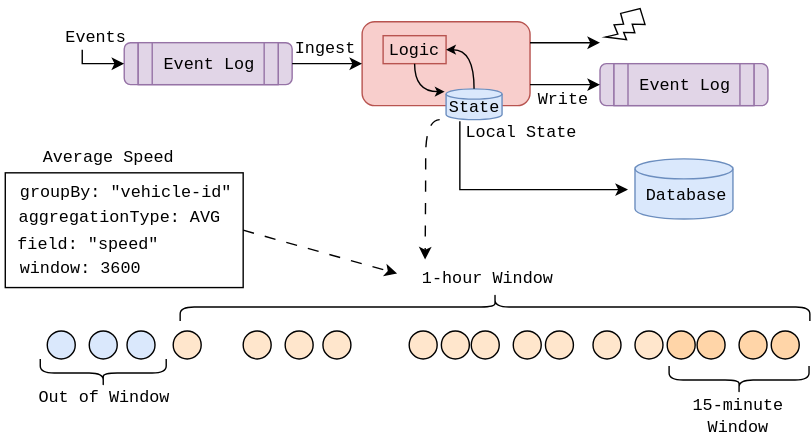
The draw.io diagram assets/notes/with-terminal-stateful.svg in addu390/addu390.github.io, before a commit. Source tidied: cells renumbered, new cells last; positions are measured from the earlier drawing's top-left corner, leaving out a move shared by most shapes. Its diagram source:
```xml
<mxGraphModel>
  <root>
    <mxCell id="0" />
    <mxCell id="1" parent="0" />
    <mxCell id="2" style="rounded=0;whiteSpace=wrap;html=1;fillColor=none;fontSize=12;" parent="1" vertex="1">
      <mxGeometry x="3" y="129" width="170" height="82" as="geometry" />
    </mxCell>
    <mxCell id="3" style="rounded=1;whiteSpace=wrap;html=1;fillColor=#f8cecc;strokeColor=#b85450;" parent="1" vertex="1">
      <mxGeometry x="258" y="21" width="120" height="60" as="geometry" />
    </mxCell>
    <mxCell id="4" style="shape=process;whiteSpace=wrap;html=1;backgroundOutline=1;size=0.08333333333333333;fillColor=#e1d5e7;strokeColor=#9673a6;rounded=1;" parent="1" vertex="1">
      <mxGeometry x="88" y="36" width="120" height="30" as="geometry" />
    </mxCell>
    <mxCell id="5" value="&lt;span style=&quot;font-family: monospace, monospace;&quot;&gt;Event Log&lt;/span&gt;" style="shape=process;whiteSpace=wrap;html=1;backgroundOutline=1;size=0.1;fillColor=#e1d5e7;strokeColor=#9673a6;" parent="1" vertex="1">
      <mxGeometry x="98" y="36" width="100" height="30" as="geometry" />
    </mxCell>
    <mxCell id="6" style="shape=process;whiteSpace=wrap;html=1;backgroundOutline=1;size=0.08333333333333333;fillColor=#e1d5e7;strokeColor=#9673a6;rounded=1;" parent="1" vertex="1">
      <mxGeometry x="428" y="51" width="120" height="30" as="geometry" />
    </mxCell>
    <mxCell id="7" value="&lt;font face=&quot;monospace, monospace&quot;&gt;Event Log&lt;/font&gt;" style="shape=process;whiteSpace=wrap;html=1;backgroundOutline=1;size=0.1;fillColor=#e1d5e7;strokeColor=#9673a6;" parent="1" vertex="1">
      <mxGeometry x="438" y="51" width="100" height="30" as="geometry" />
    </mxCell>
    <mxCell id="8" style="endArrow=classic;html=1;rounded=0;edgeStyle=elbowEdgeStyle;elbow=vertical;" parent="1" edge="1">
      <mxGeometry relative="1" as="geometry">
        <mxPoint x="58" y="41" as="sourcePoint" />
        <mxPoint x="88" y="51" as="targetPoint" />
        <Array as="points">
          <mxPoint x="78" y="51" />
        </Array>
      </mxGeometry>
    </mxCell>
    <mxCell id="9" value="&lt;font face=&quot;monospace, monospace&quot;&gt;Events&lt;/font&gt;" style="text;html=1;align=center;verticalAlign=middle;whiteSpace=wrap;rounded=0;" parent="1" vertex="1">
      <mxGeometry x="38" y="27" width="60" height="9" as="geometry" />
    </mxCell>
    <mxCell id="10" value="&lt;font face=&quot;monospace, monospace&quot;&gt;Ingest&lt;/font&gt;" style="text;html=1;align=center;verticalAlign=middle;whiteSpace=wrap;rounded=0;" parent="1" vertex="1">
      <mxGeometry x="202" y="25" width="60" height="30" as="geometry" />
    </mxCell>
    <mxCell id="11" style="endArrow=classic;html=1;rounded=0;exitX=1;exitY=0.5;exitDx=0;exitDy=0;entryX=0;entryY=0.5;entryDx=0;entryDy=0;" parent="1" edge="1" source="4" target="3">
      <mxGeometry relative="1" as="geometry" />
    </mxCell>
    <mxCell id="12" style="endArrow=classic;html=1;rounded=0;exitX=1;exitY=0.75;exitDx=0;exitDy=0;entryX=0;entryY=0.5;entryDx=0;entryDy=0;" parent="1" edge="1" source="3" target="6">
      <mxGeometry relative="1" as="geometry" />
    </mxCell>
    <mxCell id="13" value="&lt;font face=&quot;monospace, monospace&quot;&gt;Write&lt;/font&gt;" style="text;html=1;align=center;verticalAlign=middle;whiteSpace=wrap;rounded=0;" parent="1" vertex="1">
      <mxGeometry x="372" y="61" width="60" height="30" as="geometry" />
    </mxCell>
    <mxCell id="14" style="endArrow=classic;html=1;rounded=0;exitX=1;exitY=0.25;exitDx=0;exitDy=0;" parent="1" edge="1" source="3">
      <mxGeometry relative="1" as="geometry">
        <mxPoint x="428" y="36" as="targetPoint" />
      </mxGeometry>
    </mxCell>
    <mxCell id="15" style="verticalLabelPosition=bottom;verticalAlign=top;html=1;shape=mxgraph.basic.flash;rotation=30;" parent="1" vertex="1">
      <mxGeometry x="438" y="9" width="20" height="30" as="geometry" />
    </mxCell>
    <mxCell id="16" style="strokeWidth=1;html=1;shape=mxgraph.flowchart.database;whiteSpace=wrap;fillColor=#dae8fc;strokeColor=#6c8ebf;" parent="1" vertex="1">
      <mxGeometry x="318" y="69" width="40" height="22" as="geometry" />
    </mxCell>
    <mxCell id="17" value="&lt;font face=&quot;monospace, monospace&quot;&gt;State&lt;/font&gt;" style="text;html=1;align=center;verticalAlign=middle;whiteSpace=wrap;rounded=0;" parent="1" vertex="1">
      <mxGeometry x="313.8" y="76" width="48.5" height="13" as="geometry" />
    </mxCell>
    <mxCell id="18" style="endArrow=classic;html=1;rounded=0;exitX=0.246;exitY=1.052;exitDx=0;exitDy=0;exitPerimeter=0;edgeStyle=elbowEdgeStyle;elbow=vertical;" parent="1" edge="1" source="16">
      <mxGeometry relative="1" as="geometry">
        <mxPoint x="448" y="141" as="targetPoint" />
        <Array as="points">
          <mxPoint x="658" y="141" />
        </Array>
      </mxGeometry>
    </mxCell>
    <mxCell id="19" value="&lt;font face=&quot;monospace, monospace&quot;&gt;Logic&lt;/font&gt;" style="rounded=0;whiteSpace=wrap;html=1;fillColor=#f8cecc;strokeColor=#b85450;" parent="1" vertex="1">
      <mxGeometry x="273" y="31" width="45" height="20" as="geometry" />
    </mxCell>
    <mxCell id="20" style="endArrow=classic;html=1;rounded=0;exitX=0.5;exitY=0;exitDx=0;exitDy=0;exitPerimeter=0;entryX=1;entryY=0.5;entryDx=0;entryDy=0;edgeStyle=orthogonalEdgeStyle;curved=1;endSize=4;startSize=4;" parent="1" edge="1" source="16" target="19">
      <mxGeometry relative="1" as="geometry">
        <Array as="points">
          <mxPoint x="338" y="41" />
        </Array>
      </mxGeometry>
    </mxCell>
    <mxCell id="21" style="endArrow=classic;html=1;rounded=0;exitX=0.5;exitY=1;exitDx=0;exitDy=0;edgeStyle=orthogonalEdgeStyle;curved=1;startSize=4;endSize=4;" parent="1" edge="1" source="19">
      <mxGeometry relative="1" as="geometry">
        <mxPoint x="318" y="71" as="targetPoint" />
        <Array as="points">
          <mxPoint x="296" y="71" />
          <mxPoint x="317" y="71" />
        </Array>
      </mxGeometry>
    </mxCell>
    <mxCell id="22" value="&lt;font face=&quot;monospace, monospace&quot;&gt;Local State&lt;/font&gt;" style="text;html=1;align=center;verticalAlign=middle;whiteSpace=wrap;rounded=0;" parent="1" vertex="1">
      <mxGeometry x="322" y="85" width="100.2" height="30" as="geometry" />
    </mxCell>
    <mxCell id="23" style="ellipse;whiteSpace=wrap;html=1;fillColor=#dae8fc;strokeColor=#000000;" parent="1" vertex="1">
      <mxGeometry x="33" y="242" width="20" height="20" as="geometry" />
    </mxCell>
    <mxCell id="24" style="ellipse;whiteSpace=wrap;html=1;fillColor=#dae8fc;strokeColor=#000000;" parent="1" vertex="1">
      <mxGeometry x="63" y="242" width="20" height="20" as="geometry" />
    </mxCell>
    <mxCell id="25" style="ellipse;whiteSpace=wrap;html=1;fillColor=#dae8fc;strokeColor=#000000;" parent="1" vertex="1">
      <mxGeometry x="90" y="242" width="20" height="20" as="geometry" />
    </mxCell>
    <mxCell id="26" style="ellipse;whiteSpace=wrap;html=1;fillColor=#ffe6cc;strokeColor=#000000;" parent="1" vertex="1">
      <mxGeometry x="123" y="242" width="20" height="20" as="geometry" />
    </mxCell>
    <mxCell id="27" style="ellipse;whiteSpace=wrap;html=1;fillColor=#ffe6cc;strokeColor=#000000;" parent="1" vertex="1">
      <mxGeometry x="173" y="242" width="20" height="20" as="geometry" />
    </mxCell>
    <mxCell id="28" style="ellipse;whiteSpace=wrap;html=1;fillColor=#ffe6cc;strokeColor=#000000;" parent="1" vertex="1">
      <mxGeometry x="203" y="242" width="20" height="20" as="geometry" />
    </mxCell>
    <mxCell id="29" style="ellipse;whiteSpace=wrap;html=1;fillColor=#ffe6cc;strokeColor=#000000;" parent="1" vertex="1">
      <mxGeometry x="230" y="242" width="20" height="20" as="geometry" />
    </mxCell>
    <mxCell id="30" style="ellipse;whiteSpace=wrap;html=1;fillColor=#ffe6cc;strokeColor=#000000;" parent="1" vertex="1">
      <mxGeometry x="291.6" y="242" width="20" height="20" as="geometry" />
    </mxCell>
    <mxCell id="31" style="ellipse;whiteSpace=wrap;html=1;fillColor=#ffe6cc;strokeColor=#000000;" parent="1" vertex="1">
      <mxGeometry x="314.6" y="242" width="20" height="20" as="geometry" />
    </mxCell>
    <mxCell id="32" style="ellipse;whiteSpace=wrap;html=1;fillColor=#ffe6cc;strokeColor=#000000;" parent="1" vertex="1">
      <mxGeometry x="336" y="242" width="20" height="20" as="geometry" />
    </mxCell>
    <mxCell id="33" style="ellipse;whiteSpace=wrap;html=1;fillColor=#ffe6cc;strokeColor=#000000;" parent="1" vertex="1">
      <mxGeometry x="366" y="242" width="20" height="20" as="geometry" />
    </mxCell>
    <mxCell id="34" style="ellipse;whiteSpace=wrap;html=1;fillColor=#ffe6cc;strokeColor=#000000;" parent="1" vertex="1">
      <mxGeometry x="389" y="242" width="20" height="20" as="geometry" />
    </mxCell>
    <mxCell id="35" style="ellipse;whiteSpace=wrap;html=1;fillColor=#ffe6cc;strokeColor=#000000;" parent="1" vertex="1">
      <mxGeometry x="453" y="242" width="20" height="20" as="geometry" />
    </mxCell>
    <mxCell id="36" style="ellipse;whiteSpace=wrap;html=1;fillColor=#ffd5a8;strokeColor=#000000;" parent="1" vertex="1">
      <mxGeometry x="476" y="242" width="20" height="20" as="geometry" />
    </mxCell>
    <mxCell id="37" style="ellipse;whiteSpace=wrap;html=1;fillColor=#ffd5a8;strokeColor=#000000;" parent="1" vertex="1">
      <mxGeometry x="497.4" y="242" width="20" height="20" as="geometry" />
    </mxCell>
    <mxCell id="38" style="ellipse;whiteSpace=wrap;html=1;fillColor=#ffd5a8;strokeColor=#000000;" parent="1" vertex="1">
      <mxGeometry x="527.4" y="242" width="20" height="20" as="geometry" />
    </mxCell>
    <mxCell id="39" style="ellipse;whiteSpace=wrap;html=1;fillColor=#ffd5a8;strokeColor=#000000;" parent="1" vertex="1">
      <mxGeometry x="550.4" y="242" width="20" height="20" as="geometry" />
    </mxCell>
    <mxCell id="40" style="ellipse;whiteSpace=wrap;html=1;fillColor=#ffe6cc;strokeColor=#000000;" parent="1" vertex="1">
      <mxGeometry x="423" y="242" width="20" height="20" as="geometry" />
    </mxCell>
    <mxCell id="41" style="shape=curlyBracket;whiteSpace=wrap;html=1;rounded=1;labelPosition=left;verticalLabelPosition=middle;align=right;verticalAlign=middle;rotation=-90;" parent="1" vertex="1">
      <mxGeometry x="63" y="227" width="20" height="90" as="geometry" />
    </mxCell>
    <mxCell id="42" value="&lt;font face=&quot;monospace, monospace&quot;&gt;Out of Window&lt;/font&gt;" style="text;html=1;align=center;verticalAlign=middle;whiteSpace=wrap;rounded=0;" parent="1" vertex="1">
      <mxGeometry x="23.9" y="274" width="100.2" height="30" as="geometry" />
    </mxCell>
    <mxCell id="43" style="shape=curlyBracket;whiteSpace=wrap;html=1;rounded=1;labelPosition=left;verticalLabelPosition=middle;align=right;verticalAlign=middle;rotation=90;" parent="1" vertex="1">
      <mxGeometry x="343" y="-0.1" width="20" height="450" as="geometry" />
    </mxCell>
    <mxCell id="44" value="&lt;font face=&quot;monospace, monospace&quot;&gt;1-hour Window&lt;/font&gt;" style="text;html=1;align=center;verticalAlign=middle;whiteSpace=wrap;rounded=0;" parent="1" vertex="1">
      <mxGeometry x="297.9" y="189" width="100.2" height="30" as="geometry" />
    </mxCell>
    <mxCell id="45" style="shape=curlyBracket;whiteSpace=wrap;html=1;rounded=1;flipH=1;labelPosition=right;verticalLabelPosition=middle;align=left;verticalAlign=middle;rotation=90;" parent="1" vertex="1">
      <mxGeometry x="517.4" y="227" width="20" height="100" as="geometry" />
    </mxCell>
    <mxCell id="46" value="&lt;font face=&quot;monospace, monospace&quot;&gt;15-minute Window&lt;/font&gt;" style="text;html=1;align=center;verticalAlign=middle;whiteSpace=wrap;rounded=0;" parent="1" vertex="1">
      <mxGeometry x="477.2" y="288" width="100.2" height="30" as="geometry" />
    </mxCell>
    <mxCell id="47" style="strokeWidth=1;html=1;shape=mxgraph.flowchart.database;whiteSpace=wrap;fillColor=#dae8fc;strokeColor=#6c8ebf;" parent="1" vertex="1">
      <mxGeometry x="453" y="119" width="70" height="43" as="geometry" />
    </mxCell>
    <mxCell id="48" value="&lt;font face=&quot;monospace, monospace&quot;&gt;Database&lt;/font&gt;" style="text;html=1;align=center;verticalAlign=middle;whiteSpace=wrap;rounded=0;" parent="1" vertex="1">
      <mxGeometry x="439.9" y="130" width="100.2" height="30" as="geometry" />
    </mxCell>
    <mxCell id="49" style="endArrow=classic;html=1;rounded=0;edgeStyle=orthogonalEdgeStyle;curved=1;dashed=1;dashPattern=8 8;" parent="1" edge="1">
      <mxGeometry relative="1" as="geometry">
        <mxPoint x="313.4" y="91" as="sourcePoint" />
        <mxPoint x="303" y="191" as="targetPoint" />
      </mxGeometry>
    </mxCell>
    <mxCell id="50" value="&lt;font style=&quot;font-size: 12px;&quot; face=&quot;monospace, monospace&quot;&gt;Average Speed&lt;/font&gt;" style="text;html=1;align=center;verticalAlign=middle;whiteSpace=wrap;rounded=0;fontSize=12;" parent="1" vertex="1">
      <mxGeometry x="27.4" y="103" width="100.2" height="30" as="geometry" />
    </mxCell>
    <mxCell id="51" value="&lt;font style=&quot;font-size: 12px;&quot; face=&quot;monospace, monospace&quot;&gt;groupBy: &quot;vehicle-id&quot;&lt;/font&gt;" style="text;html=1;align=center;verticalAlign=middle;whiteSpace=wrap;rounded=0;fontSize=12;" parent="1" vertex="1">
      <mxGeometry y="132" width="179" height="22" as="geometry" />
    </mxCell>
    <mxCell id="52" value="&lt;font style=&quot;font-size: 12px;&quot; face=&quot;monospace, monospace&quot;&gt;aggregationType: AVG&lt;/font&gt;" style="text;html=1;align=center;verticalAlign=middle;whiteSpace=wrap;rounded=0;fontSize=12;" parent="1" vertex="1">
      <mxGeometry y="154" width="170" height="13" as="geometry" />
    </mxCell>
    <mxCell id="53" value="&lt;font style=&quot;font-size: 12px;&quot; face=&quot;monospace, monospace&quot;&gt;field: &quot;speed&quot;&lt;/font&gt;" style="text;html=1;align=center;verticalAlign=middle;whiteSpace=wrap;rounded=0;fontSize=12;" parent="1" vertex="1">
      <mxGeometry x="3.4" y="171" width="118.8" height="17" as="geometry" />
    </mxCell>
    <mxCell id="54" value="&lt;font style=&quot;font-size: 12px;&quot; face=&quot;monospace, monospace&quot;&gt;window:&amp;nbsp;&lt;/font&gt;&lt;font style=&quot;font-size: 12px;&quot; face=&quot;monospace, monospace&quot;&gt;&lt;span style=&quot;font-size: 12px;&quot;&gt;3600&lt;/span&gt;&lt;/font&gt;" style="text;html=1;align=center;verticalAlign=middle;whiteSpace=wrap;rounded=0;fontSize=12;" parent="1" vertex="1">
      <mxGeometry x="11.2" y="188" width="92" height="17" as="geometry" />
    </mxCell>
    <mxCell id="55" style="endArrow=classic;html=1;rounded=0;exitX=1;exitY=0.5;exitDx=0;exitDy=0;dashed=1;dashPattern=8 8;" parent="1" edge="1" source="2">
      <mxGeometry relative="1" as="geometry">
        <mxPoint x="283" y="201" as="targetPoint" />
      </mxGeometry>
    </mxCell>
  </root>
</mxGraphModel>
```
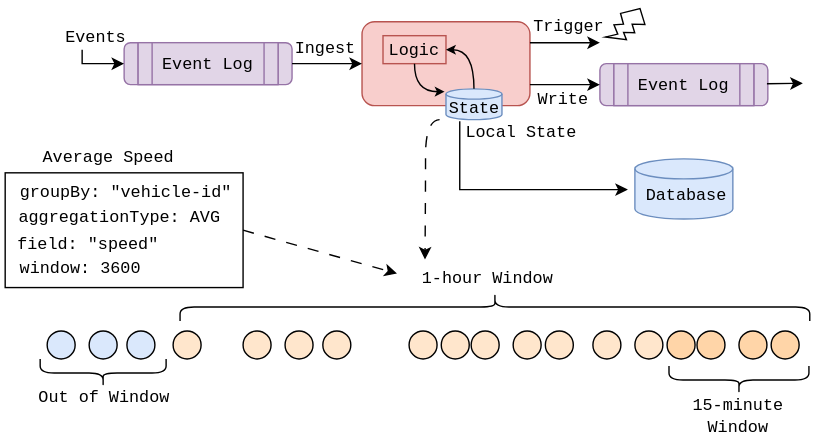
The same file after the commit.

Change to the diagram source:
```diff
@@ -192,5 +192,14 @@
         <mxPoint x="283" y="201" as="targetPoint" />
       </mxGeometry>
     </mxCell>
+    <mxCell id="56" style="endArrow=classic;html=1;rounded=0;exitX=1;exitY=0.25;exitDx=0;exitDy=0;" parent="1" edge="1">
+      <mxGeometry relative="1" as="geometry">
+        <mxPoint x="547.4" y="65.3" as="sourcePoint" />
+        <mxPoint x="573" y="65" as="targetPoint" />
+      </mxGeometry>
+    </mxCell>
+    <mxCell id="57" value="&lt;font face=&quot;monospace, monospace&quot;&gt;Trigger&lt;/font&gt;" style="text;html=1;align=center;verticalAlign=middle;whiteSpace=wrap;rounded=0;" parent="1" vertex="1">
+      <mxGeometry x="376" y="15" width="60" height="18" as="geometry" />
+    </mxCell>
   </root>
 </mxGraphModel>
```
